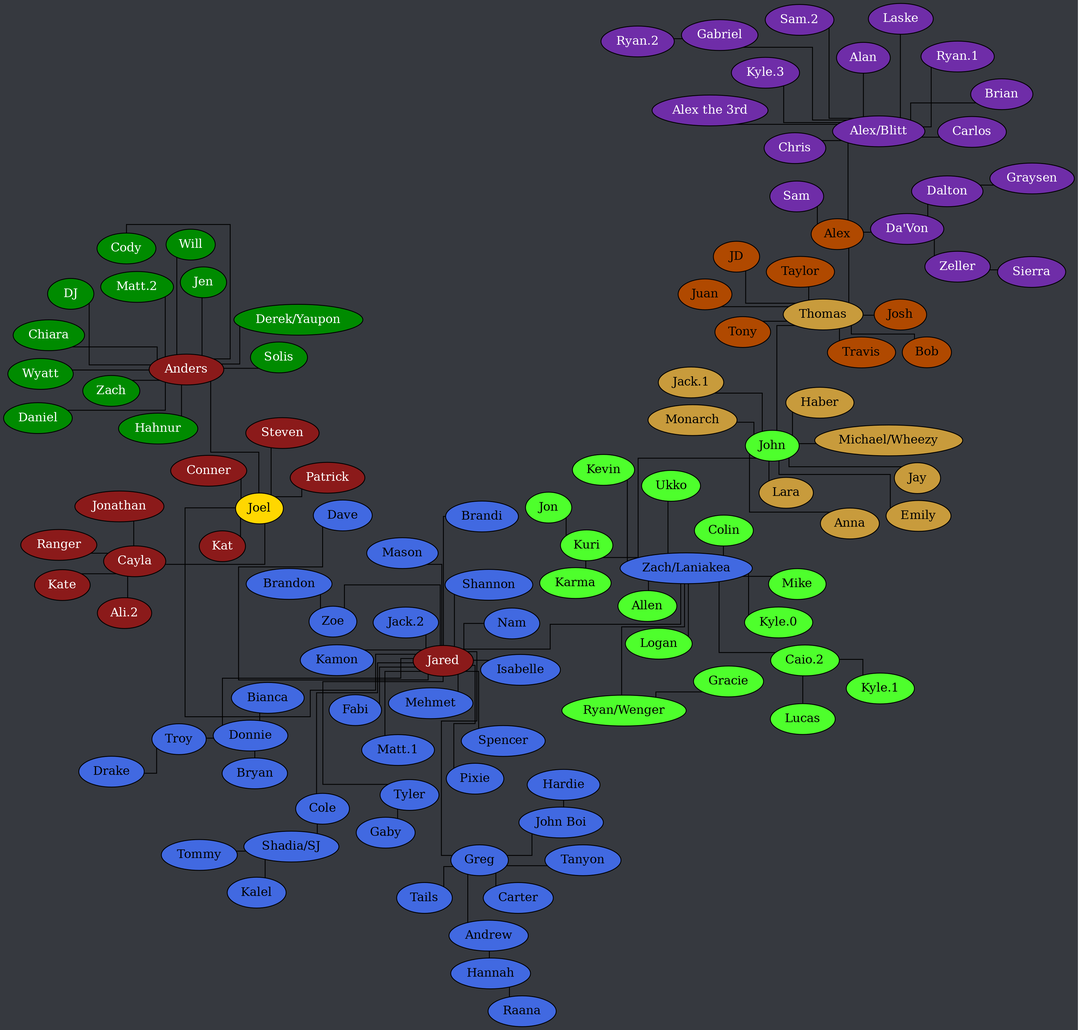
Before: tree.png, a diagram exported from Graphviz (Documidas/CoronaCatzFamilyTree). Its source is kept beside it as tree.dot. Its diagram source:
```dot
strict graph {
	layout = neato;
	dpi = 200;
	epsilon = 0.01;
	mode = major;
	model = subset;
	overlap = false;
	splines = ortho;
	start = rand;

	graph [ truecolor=true bgcolor="#36393f" ];
	node [ style=filled fillcolor="gray" fontcolor="black" ];

	subgraph "Joel" {
		node [ style=filled fillcolor="firebrick4" fontcolor="white" ];
		Joel [ style=filled fillcolor="gold" fontcolor="black" ];

		Cayla -- "Ali.2";
		Cayla -- Jonathan;
		Cayla -- Kate;
		Cayla -- Ranger;
		Joel -- Anders;
		Joel -- Cayla;
		Joel -- Conner;
		Joel -- Jared;
		Joel -- Kat;
		Joel -- Patrick;
		Joel -- Steven;
	}

	subgraph "Anders" {
		node [ style=filled fillcolor="green4" fontcolor="white" ];

		Anders -- Chiara;
		Anders -- Cody;
		Anders -- Daniel;
		Anders -- "Derek/Yaupon";
		Anders -- DJ;
		Anders -- Hahnur;
		Anders -- Jen;
		Anders -- "Matt.2";
		Anders -- Solis;
		Anders -- Will;
		Anders -- Wyatt;
		Anders -- Zach;
	}

	subgraph "Jared" {
		node [ style=filled fillcolor="royalblue" fontcolor="black" ];

		Andrew -- Hannah;
		Cole -- "Shadia/SJ";
		Donnie -- Bianca;
		Donnie -- Bryan;
		Donnie -- Troy;
		Greg -- Andrew;
		Greg -- Carter;
		Greg -- "John Boi";
		Greg -- Tails;
		Greg -- Tanyon;
		Hannah -- Raana;
		Jared -- Brandi;
		Jared -- Dave;
		Jared -- Donnie;
		Jared -- Fabi;
		Jared -- "Jack.2";
		Jared -- Cole;
		Jared -- Kamon;
		Jared -- Greg;
		Jared -- Isabelle;
		Jared -- Mason;
		Jared -- "Matt.1";
		Jared -- Mehmet;
		Jared -- Nam;
		Jared -- Pixie;
		Jared -- Shannon;
		Jared -- Spencer;
		Jared -- Tyler;
		Jared -- "Zach/Laniakea";
		Jared -- Zoe;
		"John Boi" -- Hardie;
		"Shadia/SJ" -- Kalel;
		"Shadia/SJ" -- Tommy;
		Troy -- Drake;
		Tyler -- Gaby;
		Zoe -- Brandon;
	}

	subgraph "Zach/Laniakea" {
		node [ style=filled fillcolor="#4eff2c" fontcolor="black" ];

		"Caio.2" -- "Kyle.1";
		"Caio.2" -- Lucas;
		Kuri -- Jon;
		Kuri -- Karma;
		"Ryan/Wenger" -- Gracie;
		"Zach/Laniakea" -- Allen;
		"Zach/Laniakea" -- "Caio.2";
		"Zach/Laniakea" -- Colin;
		"Zach/Laniakea" -- John;
		"Zach/Laniakea" -- Logan;
		"Zach/Laniakea" -- Kevin;
		"Zach/Laniakea" -- Kuri;
		"Zach/Laniakea" -- "Kyle.0";
		"Zach/Laniakea" -- Mike;
		"Zach/Laniakea" -- "Ryan/Wenger";
		"Zach/Laniakea" -- "Ukko";
	}

	subgraph "John" {
		node [ style=filled fillcolor="#c89b3c" fontcolor="black" ];

		John -- Anna;
		John -- Emily;
		John -- Haber;
		John -- Jay;
		John -- "Jack.1";
		John -- Lara;
		John -- Monarch;
		John -- Thomas;
	}

	subgraph "John-stream" {
		node [ style=filled fillcolor="#c89b3c" fontcolor="black" ];

		John -- "Michael/Wheezy";
	}

	subgraph "Thomas" {
		node [ style=filled fillcolor="#b04900" fontcolor="black" ];

		Thomas -- Alex;
		Thomas -- Bob;
		Thomas -- JD;
		Thomas -- Josh;
		Thomas -- Juan;
		Thomas -- Taylor;
		Thomas -- Tony;
		Thomas -- Travis;
	}

	subgraph "Alex" {
		node [ style=filled fillcolor="#6f2da8" fontcolor="white" ];

		Alex -- "Alex/Blitt";
		Alex -- "Da'Von";
		Alex -- Sam;
		"Alex/Blitt" -- Alan;
		"Alex/Blitt" -- "Alex the 3rd";
		"Alex/Blitt" -- Brian;
		"Alex/Blitt" -- Carlos;
		"Alex/Blitt" -- Chris;
		"Alex/Blitt" -- Gabriel;
		"Alex/Blitt" -- "Kyle.3";
		"Alex/Blitt" -- Laske;
		"Alex/Blitt" -- "Ryan.1";
		"Alex/Blitt" -- "Sam.2";
		"Da'Von" -- Dalton;
		"Da'Von" -- Zeller;
		Dalton -- Graysen;
		Gabriel -- "Ryan.2";
		Zeller -- Sierra;
	}
}
```
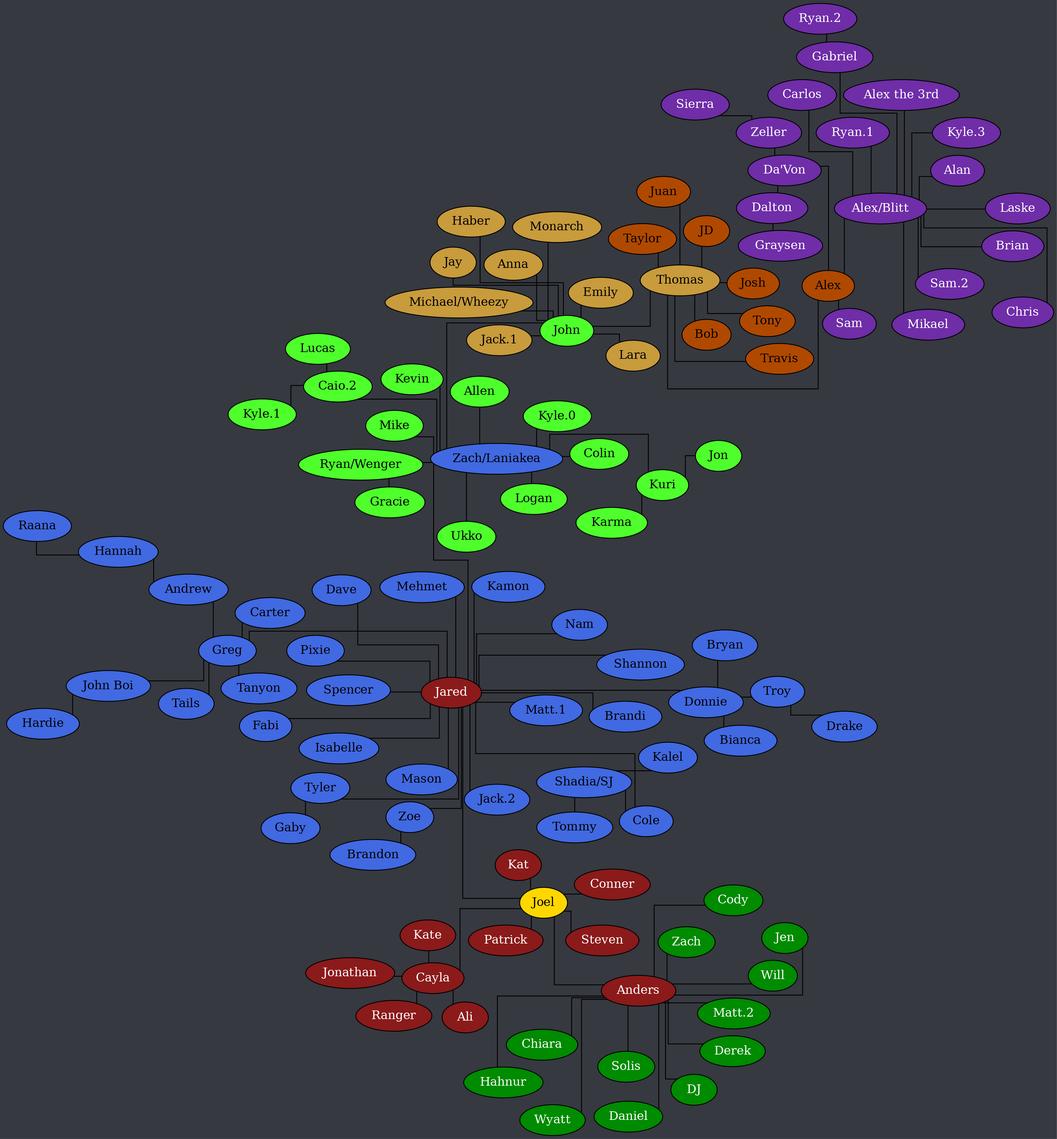
The same diagram one commit later.

Commit message:
Add Mikael and update other members

Change to the diagram source:
```diff
@@ -15,7 +15,7 @@
 		node [ style=filled fillcolor="firebrick4" fontcolor="white" ];
 		Joel [ style=filled fillcolor="gold" fontcolor="black" ];
 
-		Cayla -- "Ali.2";
+		Cayla -- Ali;
 		Cayla -- Jonathan;
 		Cayla -- Kate;
 		Cayla -- Ranger;
@@ -34,7 +34,7 @@
 		Anders -- Chiara;
 		Anders -- Cody;
 		Anders -- Daniel;
-		Anders -- "Derek/Yaupon";
+		Anders -- Derek;
 		Anders -- DJ;
 		Anders -- Hahnur;
 		Anders -- Jen;
@@ -153,6 +153,7 @@
 		"Alex/Blitt" -- Gabriel;
 		"Alex/Blitt" -- "Kyle.3";
 		"Alex/Blitt" -- Laske;
+		"Alex/Blitt" -- Mikael;
 		"Alex/Blitt" -- "Ryan.1";
 		"Alex/Blitt" -- "Sam.2";
 		"Da'Von" -- Dalton;
```
